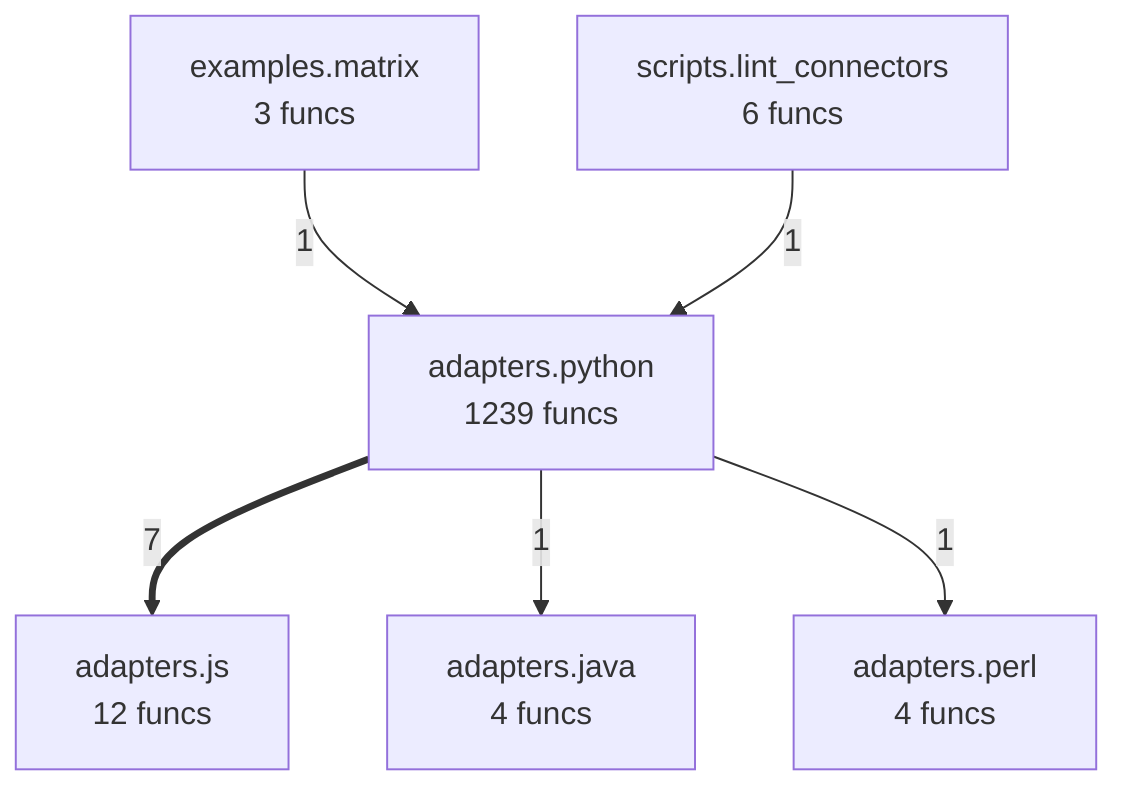
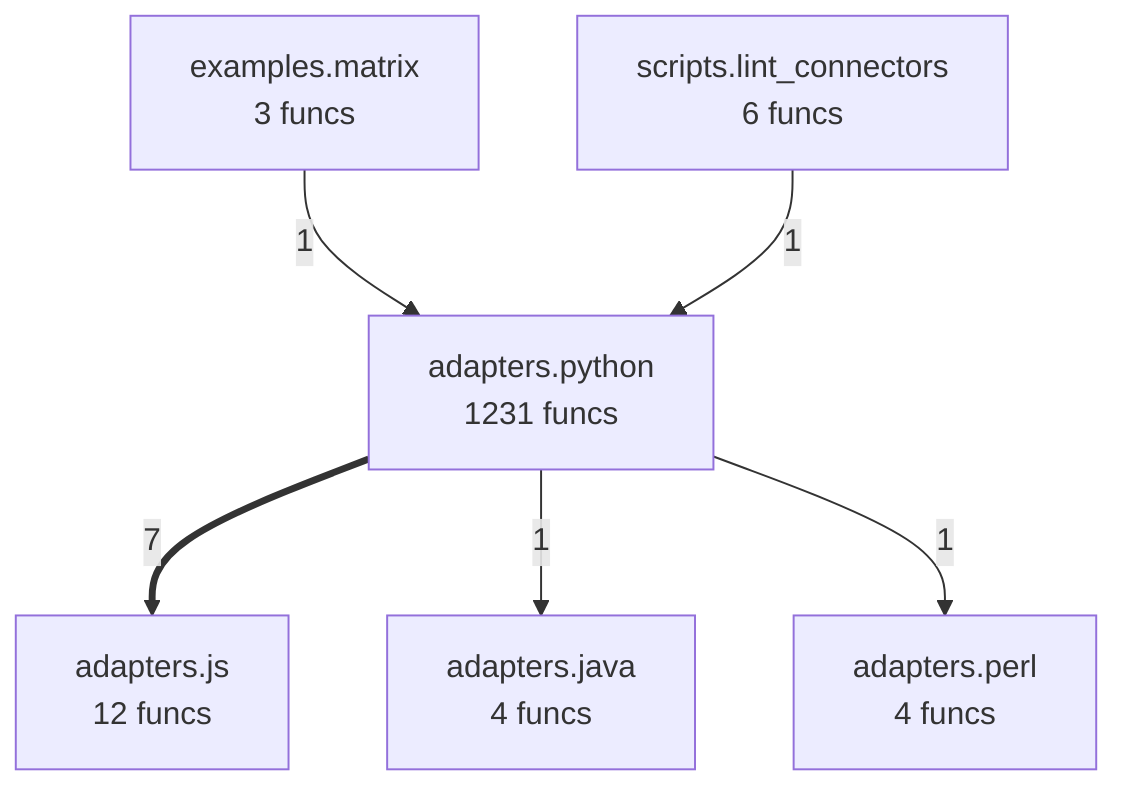
flowchart TD
- %% generated in 0.03s
+ %% generated in 0.04s
    adapters__java["adapters.java<br/>4 funcs"]
    adapters__js["adapters.js<br/>12 funcs"]
    adapters__perl["adapters.perl<br/>4 funcs"]
-     adapters__python["adapters.python<br/>1239 funcs"]
+     adapters__python["adapters.python<br/>1231 funcs"]
    examples__matrix["examples.matrix<br/>3 funcs"]
    scripts__lint_connectors["scripts.lint_connectors<br/>6 funcs"]
    adapters__python ==>|7| adapters__js
    examples__matrix -->|1| adapters__python
    scripts__lint_connectors -->|1| adapters__python
    adapters__python -->|1| adapters__java
    adapters__python -->|1| adapters__perl
